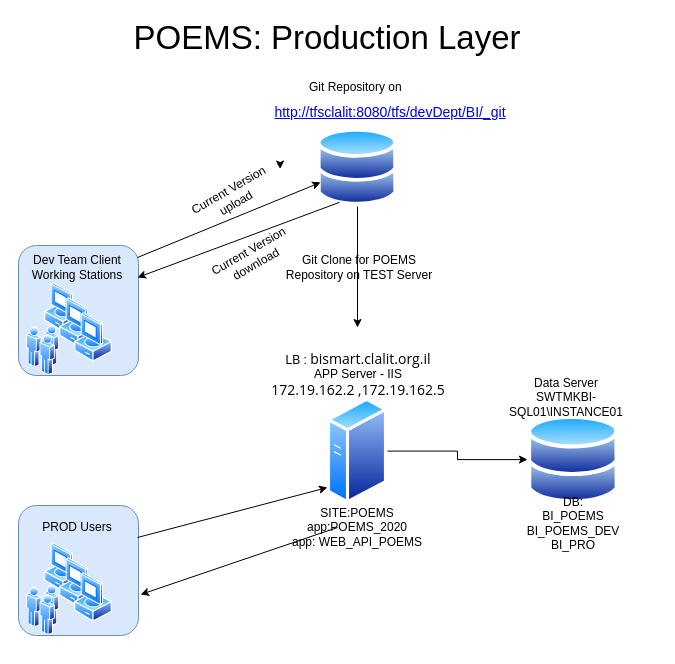
Above: poems_prod.drawio in itaybaran/drawing (draw.io), before the change. Source tidied: cells renumbered, new cells numbered last; positions are measured from the earlier drawing's top-left corner, leaving out a move shared by most shapes. Both pictures are drawn from the tidied source at 100%, with x=0, y=0 at pixel (17, 27).
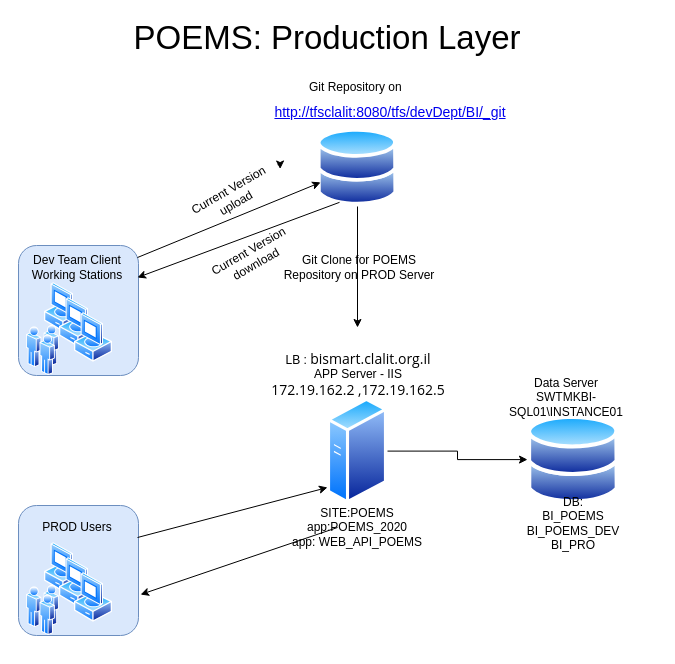
After the change.

Change to the diagram source:
```diff
@@
-    <mxCell id="31" value="Git Clone for POEMS Repository on TEST Server" style="text;html=1;strokeColor=none;fillColor=none;align=center;verticalAlign=middle;whiteSpace=wrap;rounded=0;" parent="1" vertex="1">
+    <mxCell id="31" value="Git Clone for POEMS Repository on PROD Server" style="text;html=1;strokeColor=none;fillColor=none;align=center;verticalAlign=middle;whiteSpace=wrap;rounded=0;" parent="1" vertex="1">
       <mxGeometry x="257" y="230" width="170" height="20" as="geometry" />
     </mxCell>
```
